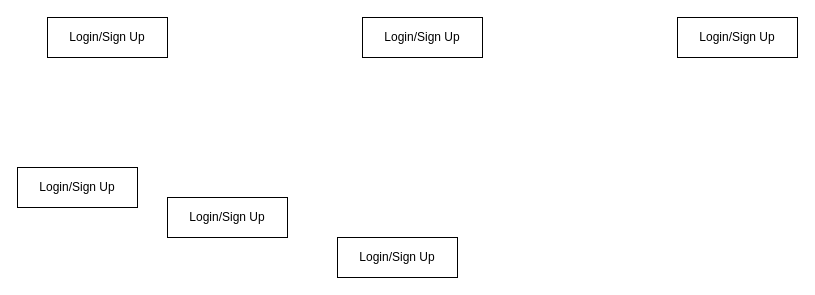
This is Untitled Diagram.drawio from StevenCC-45/Aplikasi-Login, a draw.io file, before an edit. Source tidied: cells renumbered, new cells numbered last; positions are measured from the earlier drawing's top-left corner, leaving out a move shared by most shapes. Both pictures are drawn from the tidied source at 100%, with x=0, y=0 at pixel (17, 17).
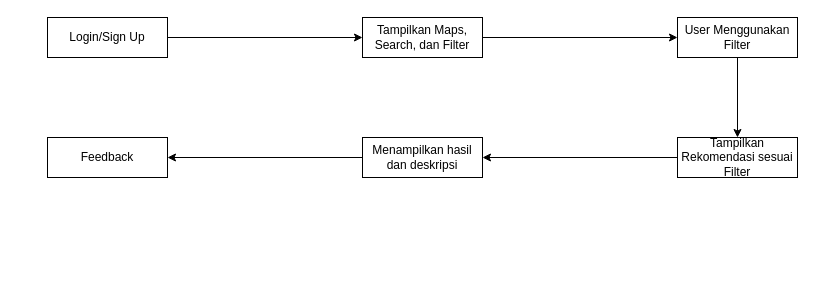
The same diagram, later.

The edit, as a diff of the source:
```diff
@@
 <mxGraphModel>
   <root>
     <mxCell id="0" />
     <mxCell id="1" parent="0" />
+    <mxCell id="8" style="edgeStyle=orthogonalEdgeStyle;rounded=0;jettySize=auto;html=1;exitX=1;exitY=0.5;exitDx=0;exitDy=0;entryX=0;entryY=0.5;entryDx=0;entryDy=0;" parent="1" edge="1" source="2" target="5">
+      <mxGeometry relative="1" as="geometry" />
+    </mxCell>
     <mxCell id="2" value="Login/Sign Up" style="rounded=0;whiteSpace=wrap;html=1;" parent="1" vertex="1">
       <mxGeometry x="30" width="120" height="40" as="geometry" />
     </mxCell>
-    <mxCell id="3" value="Login/Sign Up" style="rounded=0;whiteSpace=wrap;html=1;" parent="1" vertex="1">
-      <mxGeometry y="150" width="120" height="40" as="geometry" />
+    <mxCell id="3" value="Feedback" style="rounded=0;whiteSpace=wrap;html=1;" parent="1" vertex="1">
+      <mxGeometry x="30" y="120" width="120" height="40" as="geometry" />
     </mxCell>
+    <mxCell id="9" style="edgeStyle=orthogonalEdgeStyle;rounded=0;jettySize=auto;html=1;exitX=0.5;exitY=1;exitDx=0;exitDy=0;entryX=0.5;entryY=0;entryDx=0;entryDy=0;" parent="1" edge="1" source="4" target="6">
+      <mxGeometry relative="1" as="geometry" />
+    </mxCell>
-    <mxCell id="4" value="Login/Sign Up" style="rounded=0;whiteSpace=wrap;html=1;" parent="1" vertex="1">
+    <mxCell id="4" value="User Menggunakan Filter" style="rounded=0;whiteSpace=wrap;html=1;" parent="1" vertex="1">
       <mxGeometry x="660" width="120" height="40" as="geometry" />
     </mxCell>
+    <mxCell id="10" style="edgeStyle=orthogonalEdgeStyle;rounded=0;jettySize=auto;html=1;exitX=1;exitY=0.5;exitDx=0;exitDy=0;entryX=0;entryY=0.5;entryDx=0;entryDy=0;" parent="1" edge="1" source="5" target="4">
+      <mxGeometry relative="1" as="geometry" />
+    </mxCell>
-    <mxCell id="5" value="Login/Sign Up" style="rounded=0;whiteSpace=wrap;html=1;" parent="1" vertex="1">
+    <mxCell id="5" value="Tampilkan Maps, Search, dan Filter" style="rounded=0;whiteSpace=wrap;html=1;" parent="1" vertex="1">
       <mxGeometry x="345" width="120" height="40" as="geometry" />
     </mxCell>
+    <mxCell id="11" style="edgeStyle=orthogonalEdgeStyle;rounded=0;jettySize=auto;html=1;exitX=0;exitY=0.5;exitDx=0;exitDy=0;entryX=1;entryY=0.5;entryDx=0;entryDy=0;" parent="1" edge="1" source="6" target="7">
+      <mxGeometry relative="1" as="geometry" />
+    </mxCell>
-    <mxCell id="6" value="Login/Sign Up" style="rounded=0;whiteSpace=wrap;html=1;" parent="1" vertex="1">
-      <mxGeometry x="320" y="220" width="120" height="40" as="geometry" />
+    <mxCell id="6" value="Tampilkan Rekomendasi sesuai Filter" style="rounded=0;whiteSpace=wrap;html=1;" parent="1" vertex="1">
+      <mxGeometry x="660" y="120" width="120" height="40" as="geometry" />
     </mxCell>
+    <mxCell id="12" style="edgeStyle=orthogonalEdgeStyle;rounded=0;jettySize=auto;html=1;exitX=0;exitY=0.5;exitDx=0;exitDy=0;entryX=1;entryY=0.5;entryDx=0;entryDy=0;" parent="1" edge="1" source="7" target="3">
+      <mxGeometry relative="1" as="geometry" />
+    </mxCell>
-    <mxCell id="7" value="Login/Sign Up" style="rounded=0;whiteSpace=wrap;html=1;" parent="1" vertex="1">
-      <mxGeometry x="150" y="180" width="120" height="40" as="geometry" />
+    <mxCell id="7" value="Menampilkan hasil dan deskripsi" style="rounded=0;whiteSpace=wrap;html=1;" parent="1" vertex="1">
+      <mxGeometry x="345" y="120" width="120" height="40" as="geometry" />
     </mxCell>
   </root>
 </mxGraphModel>
```
